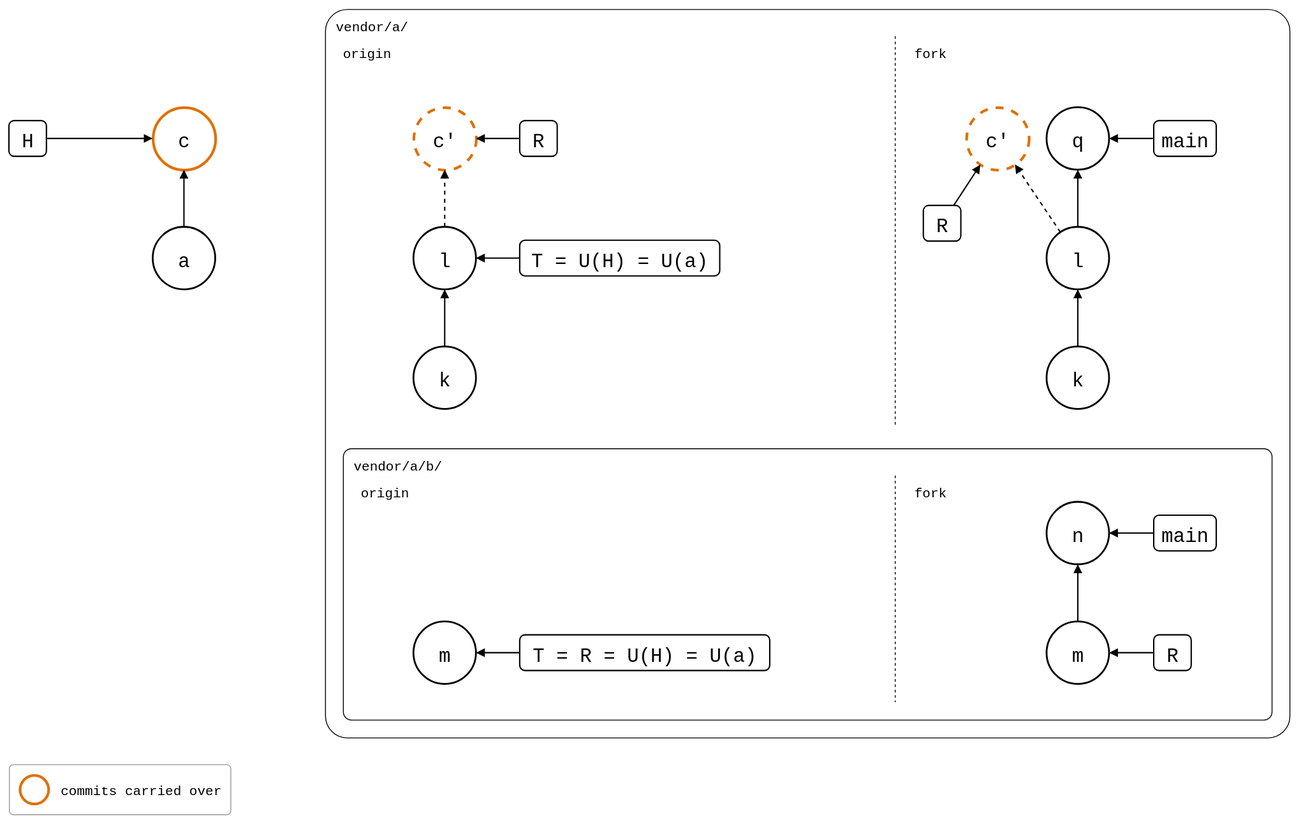
This is docs/09-scenarios/05-nested-splices/01-nested-splices/01-outer-fork/same-name-below.drawio.svg from roschaefer/git-splice, a draw.io export, as it was before one commit. Source tidied: cells renumbered, new cells last; positions are measured from the earlier drawing's top-left corner, leaving out a move shared by most shapes.
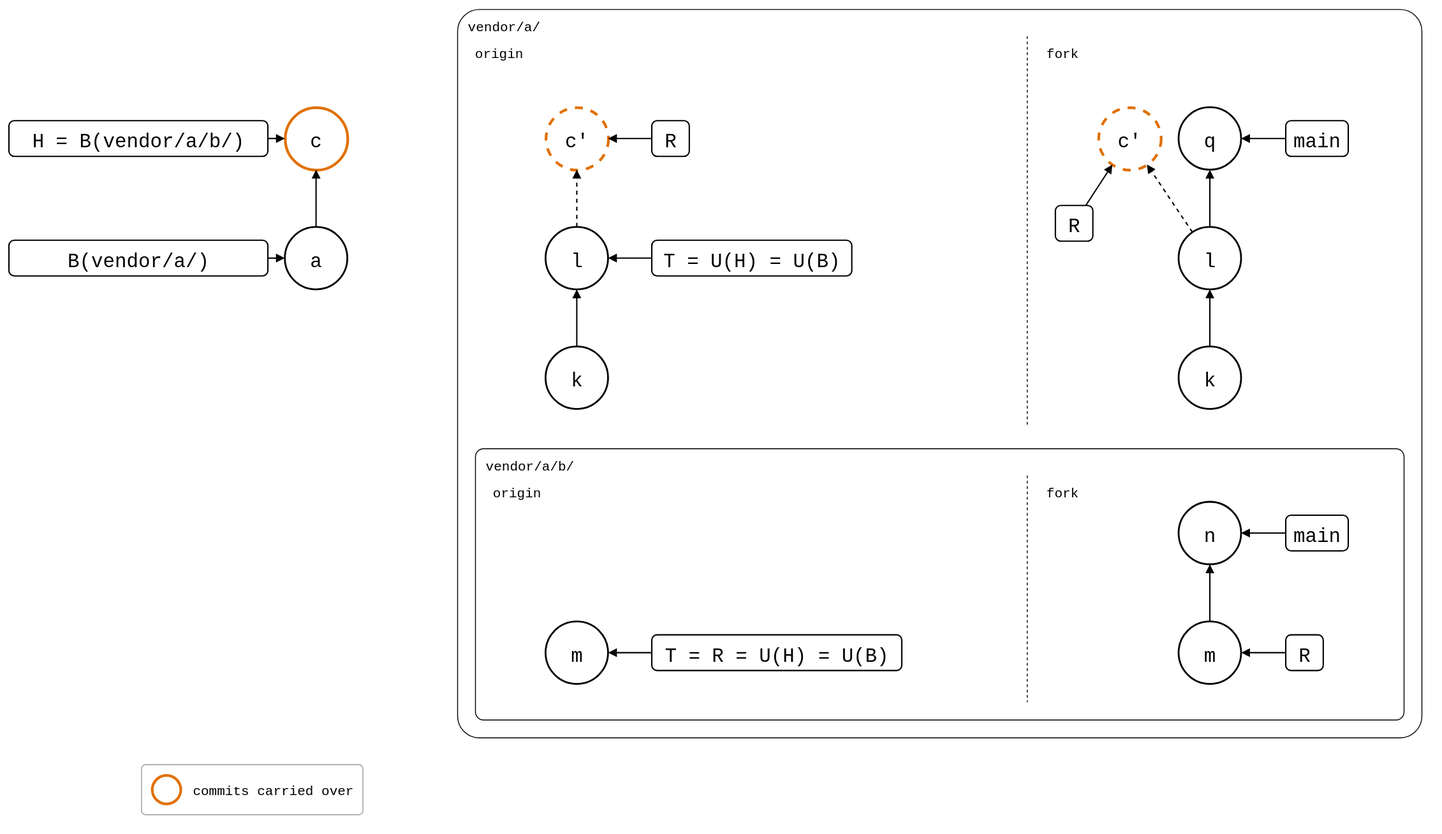
After the change.

Change to the diagram source:
```diff
@@ -56,10 +56,10 @@
     <mxCell id="19" value="m" style="ellipse;strokeWidth=2;fontSize=22;fontFamily=Roboto Mono,monospace;" parent="1" vertex="1">
       <mxGeometry x="1162" y="686" width="70" height="70" as="geometry" />
     </mxCell>
-    <mxCell id="20" value="H" style="rounded=1;strokeWidth=1.5;fontSize=22;fontFamily=Roboto Mono,monospace;" parent="1" vertex="1">
-      <mxGeometry y="125" width="42" height="40" as="geometry" />
+    <mxCell id="20" value="H = B(vendor/a/b/)" style="rounded=1;strokeWidth=1.5;fontSize=22;fontFamily=Roboto Mono,monospace;" parent="1" vertex="1">
+      <mxGeometry x="-148" y="125" width="290" height="40" as="geometry" />
     </mxCell>
-    <mxCell id="21" value="T = U(H) = U(a)" style="rounded=1;strokeWidth=1.5;fontSize=22;fontFamily=Roboto Mono,monospace;" parent="1" vertex="1">
+    <mxCell id="21" value="T = U(H) = U(B)" style="rounded=1;strokeWidth=1.5;fontSize=22;fontFamily=Roboto Mono,monospace;" parent="1" vertex="1">
       <mxGeometry x="572" y="259" width="224" height="40" as="geometry" />
     </mxCell>
     <mxCell id="22" value="c'" style="ellipse;fontSize=22;fontFamily=Roboto Mono,monospace;dashed=1;strokeColor=#E07000;strokeWidth=3;" parent="1" vertex="1">
@@ -71,7 +71,7 @@
     <mxCell id="24" value="main" style="rounded=1;strokeWidth=1.5;fontSize=22;fontFamily=Roboto Mono,monospace;" parent="1" vertex="1">
       <mxGeometry x="1282" y="125" width="70" height="40" as="geometry" />
     </mxCell>
-    <mxCell id="25" value="T = R = U(H) = U(a)" style="rounded=1;strokeWidth=1.5;fontSize=22;fontFamily=Roboto Mono,monospace;" parent="1" vertex="1">
+    <mxCell id="25" value="T = R = U(H) = U(B)" style="rounded=1;strokeWidth=1.5;fontSize=22;fontFamily=Roboto Mono,monospace;" parent="1" vertex="1">
       <mxGeometry x="572" y="701" width="280" height="40" as="geometry" />
     </mxCell>
     <mxCell id="26" value="main" style="rounded=1;strokeWidth=1.5;fontSize=22;fontFamily=Roboto Mono,monospace;" parent="1" vertex="1">
@@ -140,5 +140,11 @@
     <mxCell id="47" value="commits carried over" style="text;align=left;verticalAlign=middle;fontSize=15;fontFamily=Roboto Mono,monospace;" parent="45" vertex="1">
       <mxGeometry x="56" y="12" width="180" height="32" as="geometry" />
     </mxCell>
+    <mxCell id="48" value="B(vendor/a/)" style="rounded=1;strokeWidth=1.5;fontSize=22;fontFamily=Roboto Mono,monospace;" parent="1" vertex="1">
+      <mxGeometry x="-148" y="259" width="290" height="40" as="geometry" />
+    </mxCell>
+    <mxCell id="49" style="endArrow=block;endFill=1;strokeWidth=1.5;" parent="1" edge="1" source="48" target="11">
+      <mxGeometry relative="1" as="geometry" />
+    </mxCell>
   </root>
 </mxGraphModel>
```
